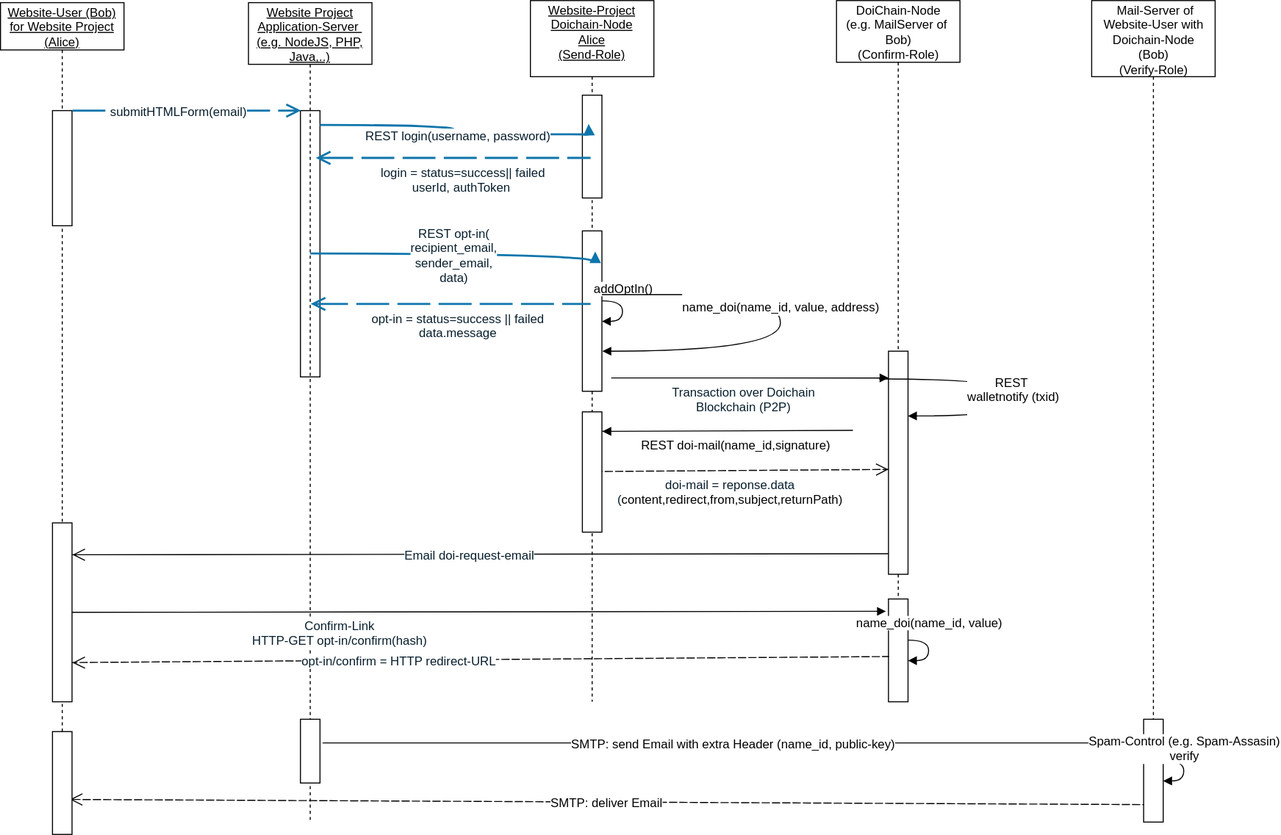
Before: doc/uml/sequence.svg, a diagram exported from draw.io (Doichain/dapp). Source tidied: cells renumbered, new cells last; positions are measured from the earlier drawing's top-left corner, leaving out a move shared by most shapes.
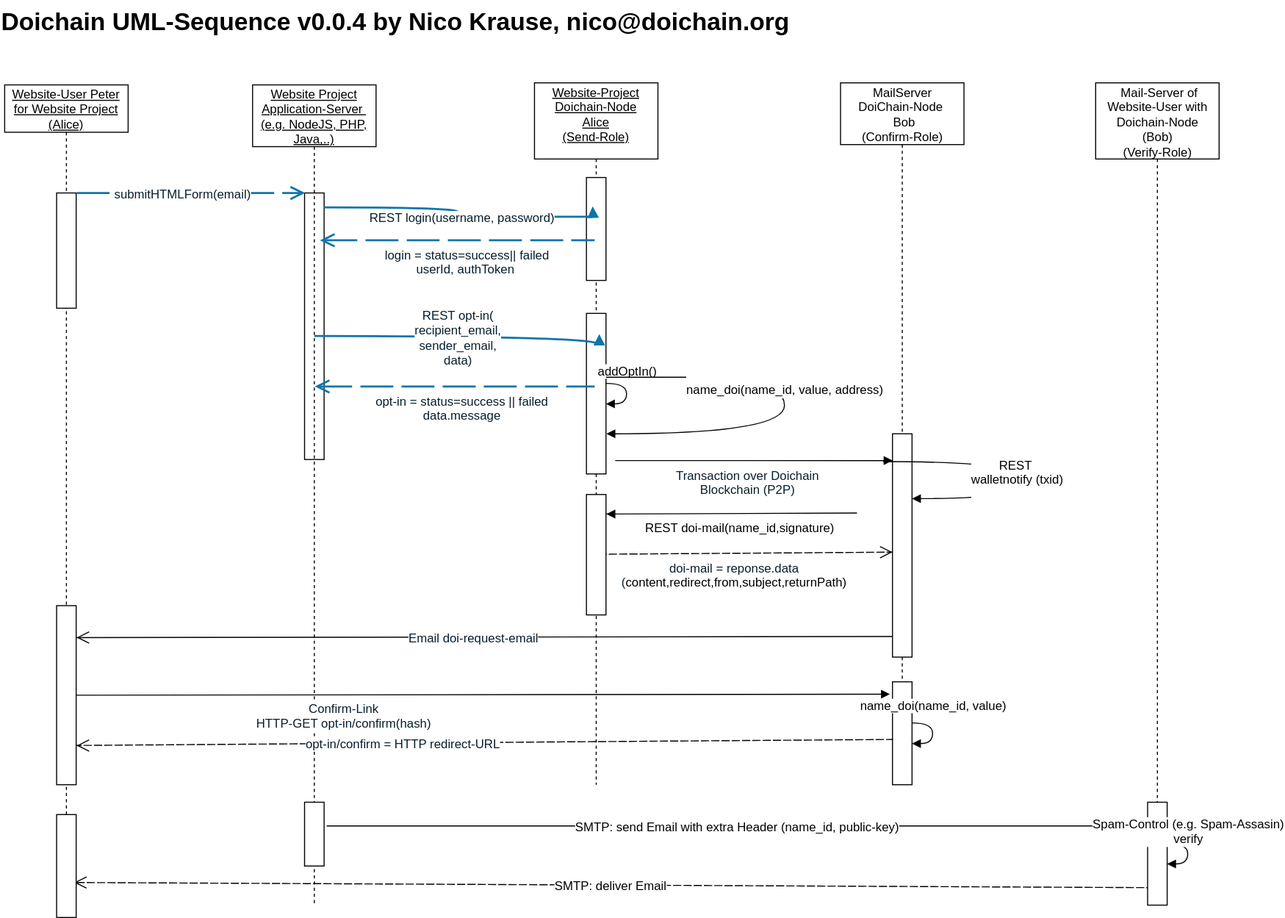
After the commit.

The edit, as a diff of the source:
```diff
@@ -5,7 +5,7 @@
     <mxCell id="2" style="shape=rect;fillColor=none;strokeColor=none;shadow=0;strokeWidth=1;opacity=100.0;gliffyId=0;" parent="1" vertex="1">
       <mxGeometry y="2" width="120" height="797" as="geometry" />
     </mxCell>
-    <mxCell id="3" value="&lt;div style=&quot;&quot;&gt;&lt;span style=&quot;text-decoration:underline;font-weight:normal;font-size:12px;font-family:Arial; line-height: normal;&quot;&gt;Website-User (Bob) for Website Project (Alice)&lt;/span&gt;&lt;/div&gt;" style="shape=rect;shadow=0;strokeWidth=1;fillColor=#FFFFFF;strokeColor=#000000;opacity=100.0;html=1;nl2Br=0;verticalAlign=top;align=center;spacingLeft=0.0;spacingRight=0;spacingTop=-5.0;spacingBottom=2;whiteSpace=wrap;gliffyId=1;" parent="2" vertex="1">
+    <mxCell id="3" value="&lt;div&gt;&lt;span style=&quot;text-decoration: underline ; font-weight: normal ; font-size: 12px ; font-family: &amp;#34;arial&amp;#34; ; line-height: normal&quot;&gt;Website-User Peter for Website Project (Alice)&lt;/span&gt;&lt;/div&gt;" style="shape=rect;shadow=0;strokeWidth=1;fillColor=#FFFFFF;strokeColor=#000000;opacity=100.0;html=1;nl2Br=0;verticalAlign=top;align=center;spacingLeft=0.0;spacingRight=0;spacingTop=-5.0;spacingBottom=2;whiteSpace=wrap;gliffyId=1;" parent="2" vertex="1">
       <mxGeometry width="120" height="46" as="geometry" />
     </mxCell>
     <mxCell id="4" style="shape=line;direction=south;dashed=1;shadow=0;strokeWidth=1;fillColor=#FFFFFF;strokeColor=#000000;opacity=100.0;gliffyId=3;" parent="2" vertex="1">
@@ -14,7 +14,7 @@
     <mxCell id="5" style="shape=rect;fillColor=none;strokeColor=none;shadow=0;strokeWidth=1;opacity=100.0;gliffyId=8;" parent="1" vertex="1">
       <mxGeometry x="812.5" width="120" height="655" as="geometry" />
     </mxCell>
-    <mxCell id="6" value="&lt;div style=&quot;&quot;&gt;&lt;span style=&quot;text-decoration:none;font-size:12px;font-family:Arial; line-height: 0;&quot;&gt;&lt;span style=&quot;text-decoration:none; line-height: normal;&quot;&gt;&amp;nbsp;DoiChain-Node&amp;nbsp;&lt;br /&gt;(e.g. MailServer of&amp;nbsp;&lt;/span&gt;&lt;/span&gt;&lt;/div&gt;&lt;div style=&quot;&quot;&gt;&lt;span style=&quot; line-height: normal;&quot;&gt;Bob)&lt;/span&gt;&lt;/div&gt;&lt;div style=&quot;&quot;&gt;&lt;span style=&quot; line-height: normal;&quot;&gt;(Confirm-Role)&lt;/span&gt;&lt;/div&gt;" style="shape=rect;shadow=0;strokeWidth=1;fillColor=#FFFFFF;strokeColor=#000000;opacity=100.0;html=1;nl2Br=0;verticalAlign=top;align=center;spacingLeft=0.0;spacingRight=0;spacingTop=-5.0;spacingBottom=2;whiteSpace=wrap;gliffyId=9;" parent="5" vertex="1">
+    <mxCell id="6" value="&lt;div&gt;&lt;span style=&quot;text-decoration: none ; font-size: 12px ; font-family: &amp;#34;arial&amp;#34; ; line-height: 0&quot;&gt;&lt;span style=&quot;text-decoration: none ; line-height: normal&quot;&gt;&lt;span&gt;MailServer&lt;/span&gt;&lt;br&gt;DoiChain-Node&amp;nbsp;&lt;br&gt;&amp;nbsp;&lt;/span&gt;&lt;/span&gt;&lt;span&gt;Bob&lt;/span&gt;&lt;/div&gt;&lt;div&gt;&lt;span style=&quot;line-height: normal&quot;&gt;(Confirm-Role)&lt;/span&gt;&lt;/div&gt;" style="shape=rect;shadow=0;strokeWidth=1;fillColor=#FFFFFF;strokeColor=#000000;opacity=100.0;html=1;nl2Br=0;verticalAlign=top;align=center;spacingLeft=0.0;spacingRight=0;spacingTop=-5.0;spacingBottom=2;whiteSpace=wrap;gliffyId=9;" parent="5" vertex="1">
       <mxGeometry width="120" height="60" as="geometry" />
     </mxCell>
     <mxCell id="7" style="shape=line;direction=south;dashed=1;shadow=0;strokeWidth=1;fillColor=#FFFFFF;strokeColor=#000000;opacity=100.0;gliffyId=11;" parent="5" vertex="1">
@@ -304,5 +304,8 @@
         <mxPoint y="-20" as="offset" />
       </mxGeometry>
     </mxCell>
+    <mxCell id="64" value="&lt;span&gt;Doichain UML-Sequence v0.0.4 by Nico Krause, nico@doichain.org&lt;/span&gt;" style="text;html=1;fontSize=24;fontStyle=1;verticalAlign=middle;align=center;" parent="1" vertex="1">
+      <mxGeometry y="-80" width="760" height="40" as="geometry" />
+    </mxCell>
   </root>
 </mxGraphModel>
```
